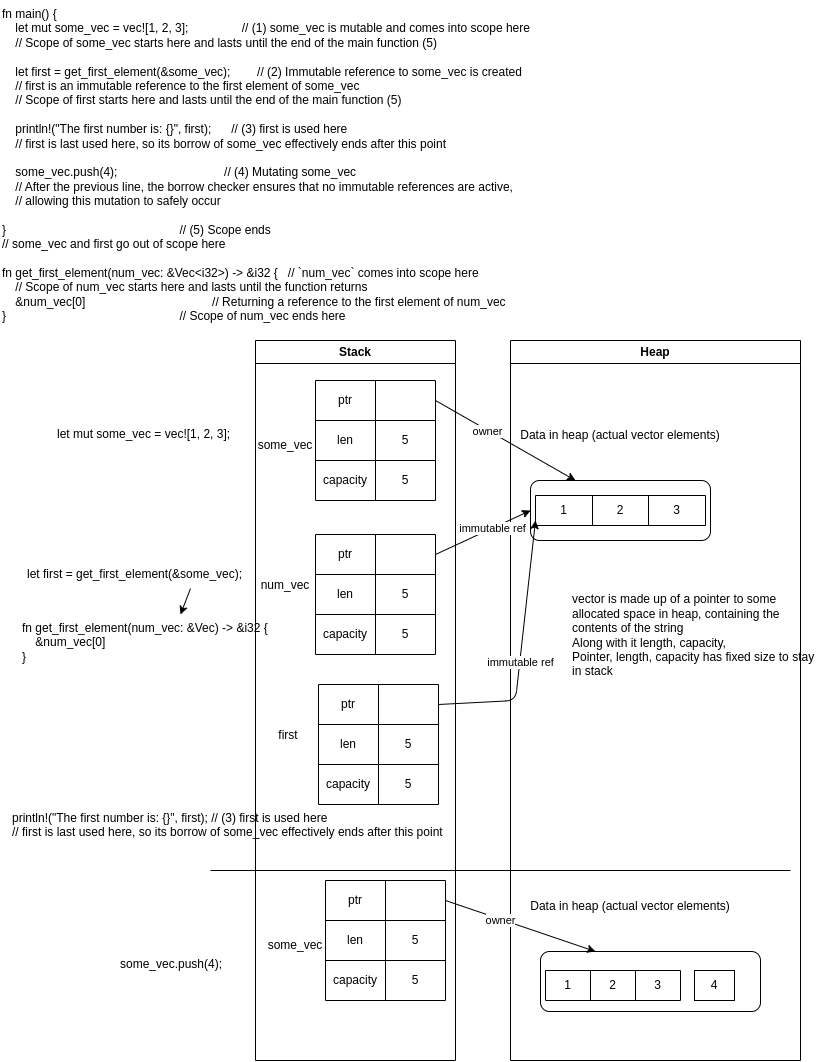
Before: section4-ownership/problem1-stack_heap.drawio.png, a diagram exported from draw.io (prabh8331/Rust-lang). Source tidied: cells renumbered, new cells last; positions are measured from the earlier drawing's top-left corner, leaving out a move shared by most shapes.
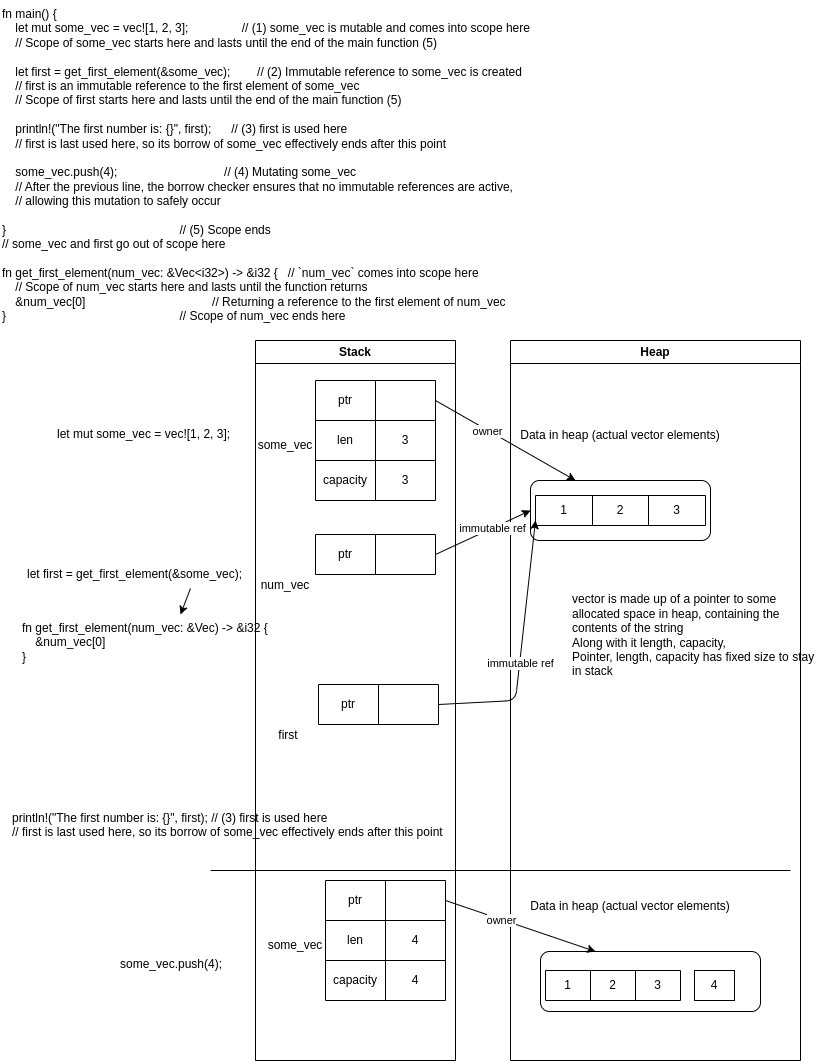
The same diagram one commit later.

The edit, as a diff of the source:
```diff
@@ -80,7 +80,7 @@
     <mxCell id="27" value="len" style="shape=partialRectangle;html=1;whiteSpace=wrap;fillColor=none;top=0;left=0;bottom=0;right=0;overflow=hidden;" parent="26" vertex="1">
       <mxGeometry width="60" height="40" as="geometry" />
     </mxCell>
-    <mxCell id="28" value="5" style="shape=partialRectangle;html=1;whiteSpace=wrap;fillColor=none;top=0;left=0;bottom=0;right=0;overflow=hidden;" parent="26" vertex="1">
+    <mxCell id="28" value="4" style="shape=partialRectangle;html=1;whiteSpace=wrap;fillColor=none;top=0;left=0;bottom=0;right=0;overflow=hidden;" parent="26" vertex="1">
       <mxGeometry x="60" width="60" height="40" as="geometry" />
     </mxCell>
     <mxCell id="29" style="shape=tableRow;horizontal=0;startSize=0;swimlaneHead=0;swimlaneBody=0;top=0;left=0;bottom=0;right=0;fillColor=none;" parent="22" vertex="1">
@@ -89,7 +89,7 @@
     <mxCell id="30" value="capacity" style="shape=partialRectangle;html=1;whiteSpace=wrap;fillColor=none;top=0;left=0;bottom=0;right=0;overflow=hidden;" parent="29" vertex="1">
       <mxGeometry width="60" height="40" as="geometry" />
     </mxCell>
-    <mxCell id="31" value="5" style="shape=partialRectangle;html=1;whiteSpace=wrap;fillColor=none;top=0;left=0;bottom=0;right=0;overflow=hidden;" parent="29" vertex="1">
+    <mxCell id="31" value="4" style="shape=partialRectangle;html=1;whiteSpace=wrap;fillColor=none;top=0;left=0;bottom=0;right=0;overflow=hidden;" parent="29" vertex="1">
       <mxGeometry x="60" width="60" height="40" as="geometry" />
     </mxCell>
     <mxCell id="32" style="edgeStyle=none;html=1;exitX=1;exitY=0.5;exitDx=0;exitDy=0;entryX=0.25;entryY=0;entryDx=0;entryDy=0;" parent="5" edge="1" source="23" target="16">
@@ -119,7 +119,7 @@
     <mxCell id="40" value="len" style="shape=partialRectangle;html=1;whiteSpace=wrap;fillColor=none;top=0;left=0;bottom=0;right=0;overflow=hidden;" parent="39" vertex="1">
       <mxGeometry width="60" height="40" as="geometry" />
     </mxCell>
-    <mxCell id="41" value="5" style="shape=partialRectangle;html=1;whiteSpace=wrap;fillColor=none;top=0;left=0;bottom=0;right=0;overflow=hidden;" parent="39" vertex="1">
+    <mxCell id="41" value="3" style="shape=partialRectangle;html=1;whiteSpace=wrap;fillColor=none;top=0;left=0;bottom=0;right=0;overflow=hidden;" parent="39" vertex="1">
       <mxGeometry x="60" width="60" height="40" as="geometry" />
     </mxCell>
     <mxCell id="42" style="shape=tableRow;horizontal=0;startSize=0;swimlaneHead=0;swimlaneBody=0;top=0;left=0;bottom=0;right=0;fillColor=none;" parent="35" vertex="1">
@@ -128,7 +128,7 @@
     <mxCell id="43" value="capacity" style="shape=partialRectangle;html=1;whiteSpace=wrap;fillColor=none;top=0;left=0;bottom=0;right=0;overflow=hidden;" parent="42" vertex="1">
       <mxGeometry width="60" height="40" as="geometry" />
     </mxCell>
-    <mxCell id="44" value="5" style="shape=partialRectangle;html=1;whiteSpace=wrap;fillColor=none;top=0;left=0;bottom=0;right=0;overflow=hidden;" parent="42" vertex="1">
+    <mxCell id="44" value="3" style="shape=partialRectangle;html=1;whiteSpace=wrap;fillColor=none;top=0;left=0;bottom=0;right=0;overflow=hidden;" parent="42" vertex="1">
       <mxGeometry x="60" width="60" height="40" as="geometry" />
     </mxCell>
     <mxCell id="45" style="edgeStyle=none;html=1;exitX=1;exitY=0.5;exitDx=0;exitDy=0;entryX=0.25;entryY=0;entryDx=0;entryDy=0;" parent="1" edge="1" source="36" target="7">
@@ -138,7 +138,7 @@
       <mxGeometry x="-0.26" y="-1" relative="1" as="geometry" />
     </mxCell>
     <mxCell id="47" style="shape=table;html=1;whiteSpace=wrap;startSize=0;" parent="1" vertex="1">
-      <mxGeometry x="315" y="534" width="120" height="120" as="geometry" />
+      <mxGeometry x="315" y="534" width="120" height="40" as="geometry" />
     </mxCell>
     <mxCell id="48" style="shape=tableRow;horizontal=0;startSize=0;swimlaneHead=0;swimlaneBody=0;top=0;left=0;bottom=0;right=0;fillColor=none;points=[[0,0.5],[1,0.5]];portConstraint=eastwest;" parent="47" vertex="1">
       <mxGeometry width="120" height="40" as="geometry" />
@@ -149,24 +149,6 @@
     <mxCell id="50" style="shape=partialRectangle;html=1;whiteSpace=wrap;fillColor=none;top=0;left=0;bottom=0;right=0;overflow=hidden;" parent="48" vertex="1">
       <mxGeometry x="60" width="60" height="40" as="geometry" />
     </mxCell>
-    <mxCell id="51" style="shape=tableRow;horizontal=0;startSize=0;swimlaneHead=0;swimlaneBody=0;top=0;left=0;bottom=0;right=0;fillColor=none;" parent="47" vertex="1">
-      <mxGeometry y="40" width="120" height="40" as="geometry" />
-    </mxCell>
-    <mxCell id="52" value="len" style="shape=partialRectangle;html=1;whiteSpace=wrap;fillColor=none;top=0;left=0;bottom=0;right=0;overflow=hidden;" parent="51" vertex="1">
-      <mxGeometry width="60" height="40" as="geometry" />
-    </mxCell>
-    <mxCell id="53" value="5" style="shape=partialRectangle;html=1;whiteSpace=wrap;fillColor=none;top=0;left=0;bottom=0;right=0;overflow=hidden;" parent="51" vertex="1">
-      <mxGeometry x="60" width="60" height="40" as="geometry" />
-    </mxCell>
-    <mxCell id="54" style="shape=tableRow;horizontal=0;startSize=0;swimlaneHead=0;swimlaneBody=0;top=0;left=0;bottom=0;right=0;fillColor=none;" parent="47" vertex="1">
-      <mxGeometry y="80" width="120" height="40" as="geometry" />
-    </mxCell>
-    <mxCell id="55" value="capacity" style="shape=partialRectangle;html=1;whiteSpace=wrap;fillColor=none;top=0;left=0;bottom=0;right=0;overflow=hidden;" parent="54" vertex="1">
-      <mxGeometry width="60" height="40" as="geometry" />
-    </mxCell>
-    <mxCell id="56" value="5" style="shape=partialRectangle;html=1;whiteSpace=wrap;fillColor=none;top=0;left=0;bottom=0;right=0;overflow=hidden;" parent="54" vertex="1">
-      <mxGeometry x="60" width="60" height="40" as="geometry" />
-    </mxCell>
     <mxCell id="57" style="edgeStyle=none;html=1;exitX=1;exitY=0.5;exitDx=0;exitDy=0;entryX=0;entryY=0.5;entryDx=0;entryDy=0;" parent="1" edge="1" source="48" target="7">
       <mxGeometry relative="1" as="geometry" />
     </mxCell>
@@ -186,7 +168,7 @@
       <mxGeometry x="258" y="720" width="60" height="30" as="geometry" />
     </mxCell>
     <mxCell id="63" style="shape=table;html=1;whiteSpace=wrap;startSize=0;" parent="1" vertex="1">
-      <mxGeometry x="318" y="684" width="120" height="120" as="geometry" />
+      <mxGeometry x="318" y="684" width="120" height="40" as="geometry" />
     </mxCell>
     <mxCell id="64" style="shape=tableRow;horizontal=0;startSize=0;swimlaneHead=0;swimlaneBody=0;top=0;left=0;bottom=0;right=0;fillColor=none;points=[[0,0.5],[1,0.5]];portConstraint=eastwest;" parent="63" vertex="1">
       <mxGeometry width="120" height="40" as="geometry" />
@@ -197,24 +179,6 @@
     <mxCell id="66" style="shape=partialRectangle;html=1;whiteSpace=wrap;fillColor=none;top=0;left=0;bottom=0;right=0;overflow=hidden;" parent="64" vertex="1">
       <mxGeometry x="60" width="60" height="40" as="geometry" />
     </mxCell>
-    <mxCell id="67" style="shape=tableRow;horizontal=0;startSize=0;swimlaneHead=0;swimlaneBody=0;top=0;left=0;bottom=0;right=0;fillColor=none;" parent="63" vertex="1">
-      <mxGeometry y="40" width="120" height="40" as="geometry" />
-    </mxCell>
-    <mxCell id="68" value="len" style="shape=partialRectangle;html=1;whiteSpace=wrap;fillColor=none;top=0;left=0;bottom=0;right=0;overflow=hidden;" parent="67" vertex="1">
-      <mxGeometry width="60" height="40" as="geometry" />
-    </mxCell>
-    <mxCell id="69" value="5" style="shape=partialRectangle;html=1;whiteSpace=wrap;fillColor=none;top=0;left=0;bottom=0;right=0;overflow=hidden;" parent="67" vertex="1">
-      <mxGeometry x="60" width="60" height="40" as="geometry" />
-    </mxCell>
-    <mxCell id="70" style="shape=tableRow;horizontal=0;startSize=0;swimlaneHead=0;swimlaneBody=0;top=0;left=0;bottom=0;right=0;fillColor=none;" parent="63" vertex="1">
-      <mxGeometry y="80" width="120" height="40" as="geometry" />
-    </mxCell>
-    <mxCell id="71" value="capacity" style="shape=partialRectangle;html=1;whiteSpace=wrap;fillColor=none;top=0;left=0;bottom=0;right=0;overflow=hidden;" parent="70" vertex="1">
-      <mxGeometry width="60" height="40" as="geometry" />
-    </mxCell>
-    <mxCell id="72" value="5" style="shape=partialRectangle;html=1;whiteSpace=wrap;fillColor=none;top=0;left=0;bottom=0;right=0;overflow=hidden;" parent="70" vertex="1">
-      <mxGeometry x="60" width="60" height="40" as="geometry" />
-    </mxCell>
     <mxCell id="73" style="endArrow=classic;html=1;exitX=1;exitY=0.5;exitDx=0;exitDy=0;" parent="1" edge="1" source="64">
       <mxGeometry relative="1" as="geometry">
         <mxPoint x="535" y="520" as="targetPoint" />
```
